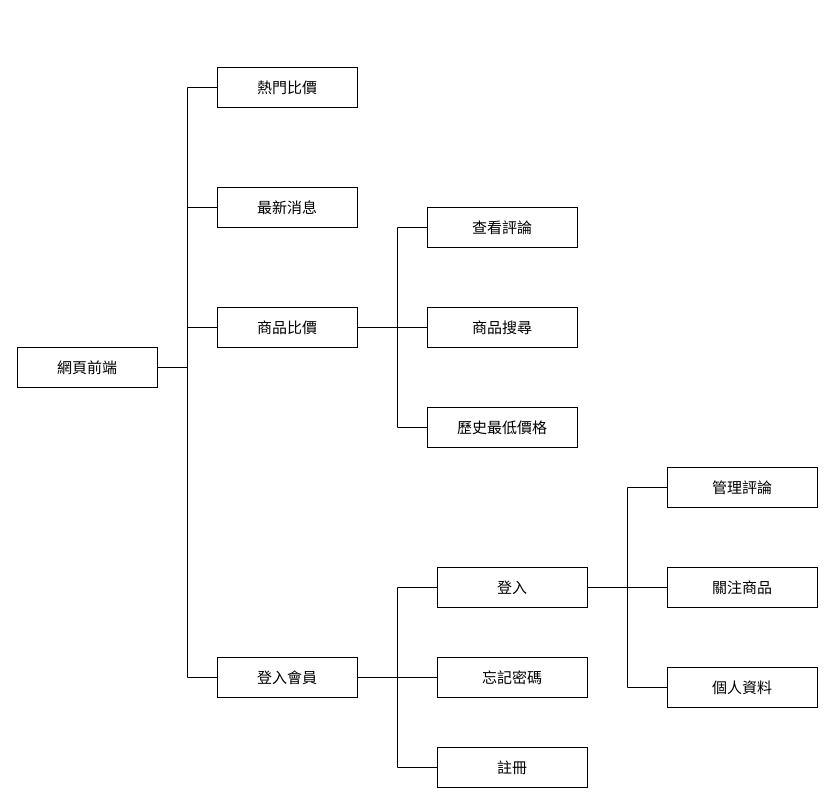
Above: graphs/b1/front end struct.drawio in 7bagbun/grad_prj_docs (draw.io), before the change. Source tidied: cells renumbered, new cells numbered last; positions are measured from the earlier drawing's top-left corner, leaving out a move shared by most shapes. Both pictures are drawn from the tidied source at 100%, with x=0, y=0 at pixel (17, 67).
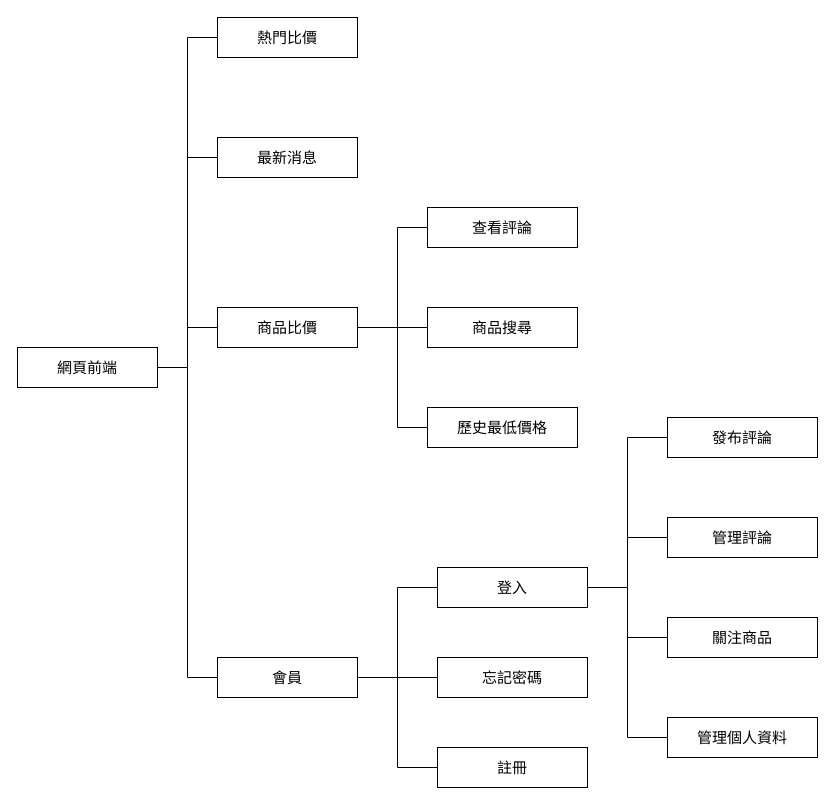
The same page after the edit.

Unchanged cells that the change refers to:
```xml
<mxCell id="22" value="&lt;font style=&quot;font-size: 15px;&quot;&gt;登入&lt;/font&gt;" style="rounded=0;whiteSpace=wrap;html=1;" parent="1" vertex="1">
  <mxGeometry x="420" y="500" width="150" height="40" as="geometry" />
</mxCell>
```

What changed in the source:
```diff
@@
-    <mxCell id="10" value="&lt;font style=&quot;font-size: 15px;&quot;&gt;登入會員&lt;/font&gt;" style="rounded=0;whiteSpace=wrap;html=1;" parent="1" vertex="1">
+    <mxCell id="10" value="&lt;font style=&quot;font-size: 15px;&quot;&gt;會員&lt;/font&gt;" style="rounded=0;whiteSpace=wrap;html=1;" parent="1" vertex="1">
       <mxGeometry x="200" y="590" width="140" height="40" as="geometry" />
     </mxCell>
@@
     <mxCell id="15" value="&lt;font style=&quot;font-size: 15px;&quot;&gt;最新消息&lt;/font&gt;" style="rounded=0;whiteSpace=wrap;html=1;" parent="1" vertex="1">
-      <mxGeometry x="200" y="120" width="140" height="40" as="geometry" />
+      <mxGeometry x="200" y="70" width="140" height="40" as="geometry" />
     </mxCell>
-    <mxCell id="16" value="&lt;font style=&quot;font-size: 15px;&quot;&gt;個人資料&lt;/font&gt;" style="rounded=0;whiteSpace=wrap;html=1;" parent="1" vertex="1">
-      <mxGeometry x="650" y="600" width="150" height="40" as="geometry" />
+    <mxCell id="16" value="&lt;font style=&quot;font-size: 15px;&quot;&gt;管理個人資料&lt;/font&gt;" style="rounded=0;whiteSpace=wrap;html=1;" parent="1" vertex="1">
+      <mxGeometry x="650" y="650" width="150" height="40" as="geometry" />
     </mxCell>
     <mxCell id="17" value="&lt;font style=&quot;font-size: 15px;&quot;&gt;熱門比價&lt;/font&gt;" style="rounded=0;whiteSpace=wrap;html=1;" parent="1" vertex="1">
-      <mxGeometry x="200" width="140" height="40" as="geometry" />
+      <mxGeometry x="200" y="-50" width="140" height="40" as="geometry" />
     </mxCell>
     <mxCell id="18" value="&lt;font style=&quot;font-size: 15px;&quot;&gt;關注商品&lt;/font&gt;" style="rounded=0;whiteSpace=wrap;html=1;" parent="1" vertex="1">
-      <mxGeometry x="650" y="500" width="150" height="40" as="geometry" />
+      <mxGeometry x="650" y="550" width="150" height="40" as="geometry" />
     </mxCell>
     <mxCell id="19" style="edgeStyle=orthogonalEdgeStyle;rounded=0;jettySize=auto;html=1;endArrow=none;endFill=0;" parent="1" edge="1" source="22" target="18">
       <mxGeometry relative="1" as="geometry">
         <Array as="points">
-          <mxPoint x="660" y="520" />
-          <mxPoint x="660" y="520" />
+          <mxPoint x="610" y="520" />
+          <mxPoint x="610" y="570" />
         </Array>
       </mxGeometry>
     </mxCell>
     <mxCell id="20" style="edgeStyle=orthogonalEdgeStyle;rounded=0;jettySize=auto;html=1;entryX=0;entryY=0.5;entryDx=0;entryDy=0;endArrow=none;endFill=0;" parent="1" edge="1" source="22" target="16">
       <mxGeometry relative="1" as="geometry">
         <Array as="points">
           <mxPoint x="610" y="520" />
-          <mxPoint x="610" y="620" />
+          <mxPoint x="610" y="670" />
         </Array>
       </mxGeometry>
     </mxCell>
@@
+    <mxCell id="29" style="edgeStyle=orthogonalEdgeStyle;rounded=0;jettySize=auto;html=1;entryX=0;entryY=0.5;entryDx=0;entryDy=0;endArrow=none;endFill=0;" parent="1" edge="1" source="22" target="30">
+      <mxGeometry relative="1" as="geometry" />
+    </mxCell>
@@
     <mxCell id="28" value="&lt;font style=&quot;font-size: 15px;&quot;&gt;管理評論&lt;/font&gt;" style="rounded=0;whiteSpace=wrap;html=1;" parent="1" vertex="1">
-      <mxGeometry x="650" y="400" width="150" height="40" as="geometry" />
+      <mxGeometry x="650" y="450" width="150" height="40" as="geometry" />
     </mxCell>
+    <mxCell id="30" value="&lt;font style=&quot;font-size: 15px;&quot;&gt;發布評論&lt;/font&gt;" style="rounded=0;whiteSpace=wrap;html=1;" parent="1" vertex="1">
+      <mxGeometry x="650" y="350" width="150" height="40" as="geometry" />
+    </mxCell>
```
